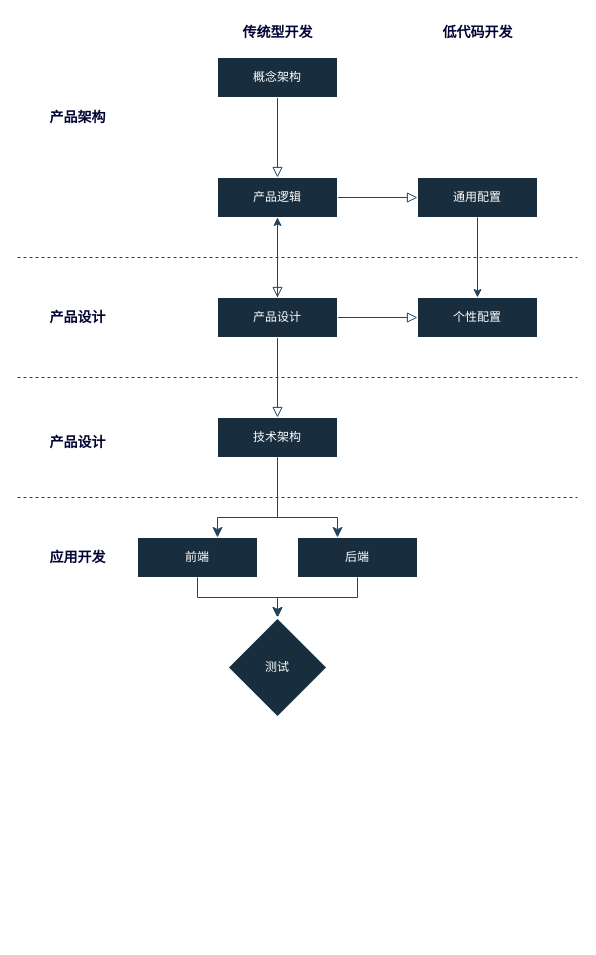
This is 低代码与传统模式开发流程差异.drawio from zy380196088/draw-workspace, a draw.io file, before an edit. Source tidied: cells renumbered, new cells numbered last; positions are measured from the earlier drawing's top-left corner, leaving out a move shared by most shapes. Both pictures are drawn from the tidied source at 100%, with x=0, y=0 at pixel (17, 17).
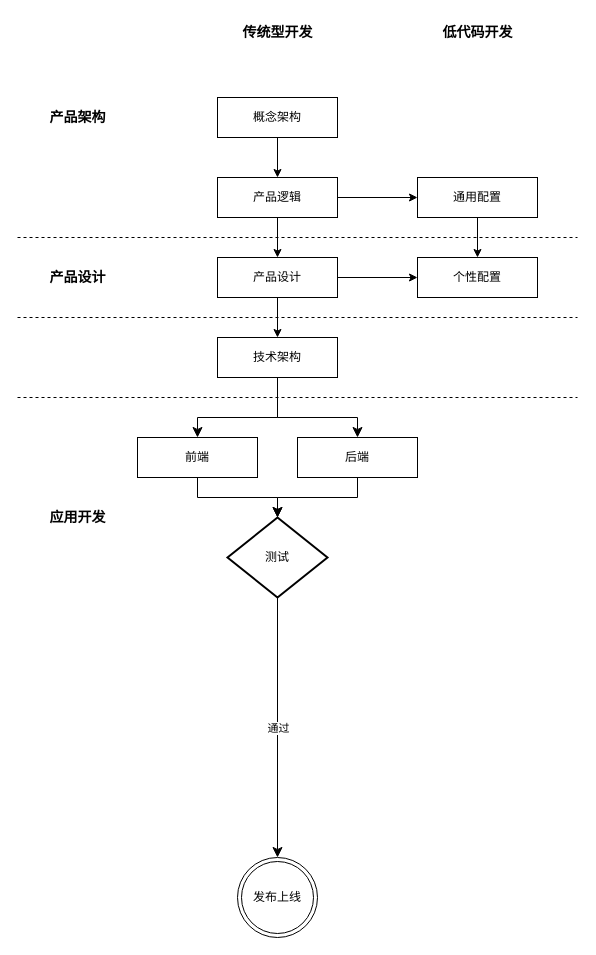
The same diagram, later.

Commit message (it also covers changes not shown here):
更新低代码与传统模式开发流程差异.drawio

What changed in the source:
```diff
@@
-    <mxCell id="2" style="rounded=0;html=1;jettySize=auto;fontSize=11;endArrow=block;endFill=0;endSize=8;strokeWidth=1;shadow=0;labelBackgroundColor=none;edgeStyle=orthogonalEdgeStyle;entryX=0.5;entryY=0;entryDx=0;entryDy=0;fontColor=default;strokeColor=#23445D;" parent="1" edge="1" source="3" target="11">
+    <mxCell id="2" style="edgeStyle=orthogonalEdgeStyle;rounded=0;jettySize=auto;html=1;exitX=0.5;exitY=1;exitDx=0;exitDy=0;entryX=0.5;entryY=0;entryDx=0;entryDy=0;" parent="1" edge="1" source="3" target="11">
       <mxGeometry relative="1" as="geometry" />
     </mxCell>
-    <mxCell id="3" value="概念架构" style="rounded=0;whiteSpace=wrap;html=1;fontSize=12;glass=0;strokeWidth=1;shadow=0;labelBackgroundColor=none;fillColor=#182E3E;strokeColor=#FFFFFF;fontColor=#FFFFFF;" parent="1" vertex="1">
-      <mxGeometry x="200" y="40" width="120" height="40" as="geometry" />
+    <mxCell id="3" value="概念架构" style="rounded=0;whiteSpace=wrap;html=1;fontSize=12;glass=0;strokeWidth=1;shadow=0;labelBackgroundColor=none;" parent="1" vertex="1">
+      <mxGeometry x="200" y="80" width="120" height="40" as="geometry" />
     </mxCell>
+    <mxCell id="31" style="edgeStyle=orthogonalEdgeStyle;rounded=0;jettySize=auto;html=1;exitX=0.5;exitY=1;exitDx=0;exitDy=0;entryX=0.5;entryY=0;entryDx=0;entryDy=0;" parent="1" edge="1" source="6" target="10">
+      <mxGeometry relative="1" as="geometry" />
+    </mxCell>
+    <mxCell id="6" value="通用配置" style="rounded=0;whiteSpace=wrap;html=1;fontSize=12;glass=0;strokeWidth=1;shadow=0;labelBackgroundColor=none;" parent="1" vertex="1">
+      <mxGeometry x="400" y="160" width="120" height="40" as="geometry" />
+    </mxCell>
+    <mxCell id="9" value="技术架构" style="rounded=0;whiteSpace=wrap;html=1;fontSize=12;glass=0;strokeWidth=1;shadow=0;labelBackgroundColor=none;" parent="1" vertex="1">
+      <mxGeometry x="200" y="320" width="120" height="40" as="geometry" />
+    </mxCell>
+    <mxCell id="10" value="个性配置" style="rounded=0;whiteSpace=wrap;html=1;fontSize=12;glass=0;strokeWidth=1;shadow=0;labelBackgroundColor=none;" parent="1" vertex="1">
+      <mxGeometry x="400" y="240" width="120" height="40" as="geometry" />
+    </mxCell>
-    <mxCell id="4" style="rounded=0;html=1;jettySize=auto;fontSize=11;endArrow=block;endFill=0;endSize=8;strokeWidth=1;shadow=0;labelBackgroundColor=none;edgeStyle=orthogonalEdgeStyle;entryX=0.5;entryY=0;entryDx=0;entryDy=0;fontColor=default;strokeColor=#23445D;" parent="1" edge="1" source="11" target="14">
-      <mxGeometry y="20" relative="1" as="geometry" />
+    <mxCell id="4" style="edgeStyle=orthogonalEdgeStyle;rounded=0;jettySize=auto;html=1;exitX=0.5;exitY=1;exitDx=0;exitDy=0;entryX=0.5;entryY=0;entryDx=0;entryDy=0;" parent="1" edge="1" source="11" target="14">
+      <mxGeometry relative="1" as="geometry" />
     </mxCell>
-    <mxCell id="5" style="edgeStyle=orthogonalEdgeStyle;rounded=0;html=1;jettySize=auto;fontSize=11;endArrow=block;endFill=0;endSize=8;strokeWidth=1;shadow=0;labelBackgroundColor=none;fontColor=default;strokeColor=#23445D;exitX=1;exitY=0.5;exitDx=0;exitDy=0;" parent="1" edge="1" source="11" target="6">
-      <mxGeometry y="10" relative="1" as="geometry" />
+    <mxCell id="5" style="edgeStyle=orthogonalEdgeStyle;rounded=0;jettySize=auto;html=1;exitX=1;exitY=0.5;exitDx=0;exitDy=0;entryX=0;entryY=0.5;entryDx=0;entryDy=0;" parent="1" edge="1" source="11" target="6">
+      <mxGeometry relative="1" as="geometry" />
     </mxCell>
-    <mxCell id="6" value="通用配置" style="rounded=0;whiteSpace=wrap;html=1;fontSize=12;glass=0;strokeWidth=1;shadow=0;labelBackgroundColor=none;fillColor=#182E3E;strokeColor=#FFFFFF;fontColor=#FFFFFF;" parent="1" vertex="1">
-      <mxGeometry x="400" y="160" width="120" height="40" as="geometry" />
-    </mxCell>
-    <mxCell id="7" style="rounded=0;html=1;jettySize=auto;fontSize=11;endArrow=block;endFill=0;endSize=8;strokeWidth=1;shadow=0;labelBackgroundColor=none;edgeStyle=orthogonalEdgeStyle;exitX=0.5;exitY=1;exitDx=0;exitDy=0;fontColor=default;strokeColor=#23445D;" parent="1" edge="1" source="14" target="9">
-      <mxGeometry x="0.33" y="20" relative="1" as="geometry" />
-    </mxCell>
-    <mxCell id="8" style="edgeStyle=orthogonalEdgeStyle;rounded=0;html=1;jettySize=auto;fontSize=11;endArrow=block;endFill=0;endSize=8;strokeWidth=1;shadow=0;labelBackgroundColor=none;fontColor=default;strokeColor=#23445D;exitX=1;exitY=0.5;exitDx=0;exitDy=0;" parent="1" edge="1" source="14" target="10">
-      <mxGeometry y="10" relative="1" as="geometry" />
-    </mxCell>
-    <mxCell id="9" value="技术架构" style="rounded=0;whiteSpace=wrap;html=1;fontSize=12;glass=0;strokeWidth=1;shadow=0;labelBackgroundColor=none;fillColor=#182E3E;strokeColor=#FFFFFF;fontColor=#FFFFFF;" parent="1" vertex="1">
-      <mxGeometry x="200" y="400" width="120" height="40" as="geometry" />
-    </mxCell>
-    <mxCell id="10" value="个性配置" style="rounded=0;whiteSpace=wrap;html=1;fontSize=12;glass=0;strokeWidth=1;shadow=0;labelBackgroundColor=none;fillColor=#182E3E;strokeColor=#FFFFFF;fontColor=#FFFFFF;" parent="1" vertex="1">
-      <mxGeometry x="400" y="280" width="120" height="40" as="geometry" />
-    </mxCell>
-    <mxCell id="11" value="产品逻辑" style="rounded=0;whiteSpace=wrap;html=1;labelBackgroundColor=none;fillColor=#182E3E;strokeColor=#FFFFFF;fontColor=#FFFFFF;" parent="1" vertex="1">
+    <mxCell id="11" value="产品逻辑" style="rounded=0;whiteSpace=wrap;html=1;labelBackgroundColor=none;" parent="1" vertex="1">
       <mxGeometry x="200" y="160" width="120" height="40" as="geometry" />
     </mxCell>
-    <mxCell id="12" value="传统型开发" style="text;strokeColor=none;align=center;fillColor=none;html=1;verticalAlign=middle;rounded=0;fontSize=14;fontStyle=1;labelBackgroundColor=default;fontColor=#000333;labelBorderColor=none;textShadow=0;" parent="1" vertex="1">
+    <mxCell id="12" value="传统型开发" style="text;strokeColor=none;align=center;fillColor=none;html=1;verticalAlign=middle;rounded=0;fontSize=14;fontStyle=1;labelBackgroundColor=none;labelBorderColor=none;textShadow=0;" parent="1" vertex="1">
       <mxGeometry x="200" width="120" height="30" as="geometry" />
     </mxCell>
-    <mxCell id="13" style="edgeStyle=orthogonalEdgeStyle;rounded=0;jettySize=auto;html=1;labelBackgroundColor=none;fontColor=default;strokeColor=#23445D;" parent="1" edge="1" source="14" target="11">
-      <mxGeometry relative="1" as="geometry" />
-    </mxCell>
+    <mxCell id="8" style="edgeStyle=orthogonalEdgeStyle;rounded=0;jettySize=auto;html=1;exitX=1;exitY=0.5;exitDx=0;exitDy=0;entryX=0;entryY=0.5;entryDx=0;entryDy=0;" parent="1" edge="1" source="14" target="10">
+      <mxGeometry relative="1" as="geometry" />
+    </mxCell>
+    <mxCell id="7" style="edgeStyle=orthogonalEdgeStyle;rounded=0;jettySize=auto;html=1;exitX=0.5;exitY=1;exitDx=0;exitDy=0;entryX=0.5;entryY=0;entryDx=0;entryDy=0;" parent="1" edge="1" source="14" target="9">
+      <mxGeometry relative="1" as="geometry" />
+    </mxCell>
-    <mxCell id="14" value="产品设计" style="rounded=0;whiteSpace=wrap;html=1;labelBackgroundColor=none;fillColor=#182E3E;strokeColor=#FFFFFF;fontColor=#FFFFFF;" parent="1" vertex="1">
-      <mxGeometry x="200" y="280" width="120" height="40" as="geometry" />
+    <mxCell id="14" value="产品设计" style="rounded=0;whiteSpace=wrap;html=1;labelBackgroundColor=none;" parent="1" vertex="1">
+      <mxGeometry x="200" y="240" width="120" height="40" as="geometry" />
     </mxCell>
-    <mxCell id="15" value="低代码开发" style="text;strokeColor=none;align=center;fillColor=none;html=1;verticalAlign=middle;rounded=0;fontSize=14;fontStyle=1;labelBackgroundColor=default;fontColor=#000333;labelBorderColor=none;textShadow=0;" parent="1" vertex="1">
+    <mxCell id="15" value="低代码开发" style="text;strokeColor=none;align=center;fillColor=none;html=1;verticalAlign=middle;rounded=0;fontSize=14;fontStyle=1;labelBackgroundColor=none;labelBorderColor=none;textShadow=0;" parent="1" vertex="1">
       <mxGeometry x="400" width="120" height="30" as="geometry" />
     </mxCell>
-    <mxCell id="16" value="产品架构" style="text;strokeColor=none;align=center;fillColor=none;html=1;verticalAlign=middle;rounded=0;fontSize=14;fontStyle=1;labelBackgroundColor=default;fontColor=#000333;labelBorderColor=none;textShadow=0;" parent="1" vertex="1">
+    <mxCell id="16" value="产品架构" style="text;strokeColor=none;align=center;fillColor=none;html=1;verticalAlign=middle;rounded=0;fontSize=14;fontStyle=1;labelBackgroundColor=none;labelBorderColor=none;textShadow=0;" parent="1" vertex="1">
       <mxGeometry y="80" width="120" height="40" as="geometry" />
     </mxCell>
-    <mxCell id="17" style="endArrow=none;dashed=1;html=1;rounded=0;strokeColor=#23445D;" parent="1" edge="1">
+    <mxCell id="17" style="endArrow=none;dashed=1;html=1;rounded=0;labelBackgroundColor=none;fontColor=default;" parent="1" edge="1">
       <mxGeometry relative="1" as="geometry">
-        <mxPoint y="240" as="sourcePoint" />
-        <mxPoint x="560" y="240" as="targetPoint" />
+        <mxPoint y="220" as="sourcePoint" />
+        <mxPoint x="560" y="220" as="targetPoint" />
       </mxGeometry>
     </mxCell>
-    <mxCell id="18" style="endArrow=none;dashed=1;html=1;rounded=0;strokeColor=#23445D;" parent="1" edge="1">
+    <mxCell id="18" style="endArrow=none;dashed=1;html=1;rounded=0;labelBackgroundColor=none;fontColor=default;" parent="1" edge="1">
       <mxGeometry relative="1" as="geometry">
-        <mxPoint y="360" as="sourcePoint" />
-        <mxPoint x="560" y="360" as="targetPoint" />
+        <mxPoint y="300" as="sourcePoint" />
+        <mxPoint x="560" y="300" as="targetPoint" />
       </mxGeometry>
     </mxCell>
-    <mxCell id="19" value="产品设计" style="text;strokeColor=none;align=center;fillColor=none;html=1;verticalAlign=middle;rounded=0;fontSize=14;fontStyle=1;labelBackgroundColor=default;fontColor=#000333;labelBorderColor=none;textShadow=0;" parent="1" vertex="1">
-      <mxGeometry y="280" width="120" height="40" as="geometry" />
+    <mxCell id="19" value="产品设计" style="text;strokeColor=none;align=center;fillColor=none;html=1;verticalAlign=middle;rounded=0;fontSize=14;fontStyle=1;labelBackgroundColor=none;labelBorderColor=none;textShadow=0;" parent="1" vertex="1">
+      <mxGeometry y="240" width="120" height="40" as="geometry" />
     </mxCell>
-    <mxCell id="20" value="产品设计" style="text;strokeColor=none;align=center;fillColor=none;html=1;verticalAlign=middle;rounded=0;fontSize=14;fontStyle=1;labelBackgroundColor=default;fontColor=#000333;labelBorderColor=none;textShadow=0;" parent="1" vertex="1">
-      <mxGeometry y="405" width="120" height="40" as="geometry" />
-    </mxCell>
-    <mxCell id="21" value="应用开发" style="text;strokeColor=none;align=center;fillColor=none;html=1;verticalAlign=middle;rounded=0;fontSize=14;fontStyle=1;labelBackgroundColor=default;fontColor=#000333;labelBorderColor=none;textShadow=0;" parent="1" vertex="1">
-      <mxGeometry y="520" width="120" height="40" as="geometry" />
+    <mxCell id="21" value="应用开发" style="text;strokeColor=none;align=center;fillColor=none;html=1;verticalAlign=middle;rounded=0;fontSize=14;fontStyle=1;labelBackgroundColor=none;labelBorderColor=none;textShadow=0;" parent="1" vertex="1">
+      <mxGeometry y="480" width="120" height="40" as="geometry" />
     </mxCell>
-    <mxCell id="22" style="endArrow=none;dashed=1;html=1;rounded=0;strokeColor=#23445D;" parent="1" edge="1">
+    <mxCell id="22" style="endArrow=none;dashed=1;html=1;rounded=0;labelBackgroundColor=none;fontColor=default;" parent="1" edge="1">
       <mxGeometry relative="1" as="geometry">
-        <mxPoint y="480" as="sourcePoint" />
-        <mxPoint x="560" y="480" as="targetPoint" />
+        <mxPoint y="380" as="sourcePoint" />
+        <mxPoint x="560" y="380" as="targetPoint" />
       </mxGeometry>
     </mxCell>
-    <mxCell id="23" style="edgeStyle=elbowEdgeStyle;elbow=vertical;endArrow=classic;html=1;curved=0;rounded=0;endSize=8;startSize=8;strokeColor=#23445D;exitX=0.5;exitY=1;exitDx=0;exitDy=0;" parent="1" edge="1" source="9">
+    <mxCell id="23" style="edgeStyle=elbowEdgeStyle;elbow=vertical;endArrow=classic;html=1;curved=0;rounded=0;endSize=8;startSize=8;exitX=0.5;exitY=1;exitDx=0;exitDy=0;entryX=0.5;entryY=0;entryDx=0;entryDy=0;labelBackgroundColor=none;fontColor=default;" parent="1" edge="1" source="9" target="25">
       <mxGeometry relative="1" as="geometry">
-        <mxPoint x="200" y="520" as="targetPoint" />
         <Array as="points">
-          <mxPoint x="240" y="500" />
+          <mxPoint x="220" y="400" />
         </Array>
       </mxGeometry>
     </mxCell>
-    <mxCell id="24" style="edgeStyle=elbowEdgeStyle;elbow=vertical;endArrow=classic;html=1;curved=0;rounded=0;endSize=8;startSize=8;strokeColor=#23445D;exitX=0.5;exitY=1;exitDx=0;exitDy=0;" parent="1" edge="1" source="9">
+    <mxCell id="24" style="edgeStyle=elbowEdgeStyle;elbow=vertical;endArrow=classic;html=1;curved=0;rounded=0;endSize=8;startSize=8;exitX=0.5;exitY=1;exitDx=0;exitDy=0;entryX=0.5;entryY=0;entryDx=0;entryDy=0;labelBackgroundColor=none;fontColor=default;" parent="1" edge="1" source="9" target="26">
       <mxGeometry relative="1" as="geometry">
-        <mxPoint x="320" y="520" as="targetPoint" />
         <Array as="points">
+          <mxPoint x="290" y="400" />
+          <mxPoint x="270" y="520" />
+          <mxPoint x="270" y="520" />
           <mxPoint x="310" y="500" />
         </Array>
       </mxGeometry>
     </mxCell>
-    <mxCell id="25" value="前端" style="rounded=0;whiteSpace=wrap;html=1;strokeColor=#FFFFFF;fontColor=#FFFFFF;fillColor=#182E3E;" parent="1" vertex="1">
-      <mxGeometry x="120" y="520" width="120" height="40" as="geometry" />
+    <mxCell id="25" value="前端" style="rounded=0;whiteSpace=wrap;html=1;labelBackgroundColor=none;" parent="1" vertex="1">
+      <mxGeometry x="120" y="420" width="120" height="40" as="geometry" />
     </mxCell>
-    <mxCell id="26" value="后端" style="rounded=0;whiteSpace=wrap;html=1;strokeColor=#FFFFFF;fontColor=#FFFFFF;fillColor=#182E3E;" parent="1" vertex="1">
-      <mxGeometry x="280" y="520" width="120" height="40" as="geometry" />
+    <mxCell id="26" value="后端" style="rounded=0;whiteSpace=wrap;html=1;labelBackgroundColor=none;" parent="1" vertex="1">
+      <mxGeometry x="280" y="420" width="120" height="40" as="geometry" />
     </mxCell>
-    <mxCell id="27" style="edgeStyle=elbowEdgeStyle;elbow=vertical;endArrow=classic;html=1;curved=0;rounded=0;endSize=8;startSize=8;strokeColor=#23445D;exitX=0.5;exitY=1;exitDx=0;exitDy=0;" parent="1" edge="1" source="25">
-      <mxGeometry relative="1" as="geometry">
-        <mxPoint x="260" y="600" as="targetPoint" />
-        <Array as="points">
-          <mxPoint x="210" y="580" />
-        </Array>
-      </mxGeometry>
-    </mxCell>
-    <mxCell id="28" style="edgeStyle=elbowEdgeStyle;elbow=vertical;endArrow=classic;html=1;curved=0;rounded=0;endSize=8;startSize=8;strokeColor=#23445D;exitX=0.5;exitY=1;exitDx=0;exitDy=0;" parent="1" edge="1" source="26">
+    <mxCell id="28" style="edgeStyle=elbowEdgeStyle;elbow=vertical;endArrow=classic;html=1;curved=0;rounded=0;endSize=8;startSize=8;exitX=0.5;exitY=1;exitDx=0;exitDy=0;entryX=0.5;entryY=0;entryDx=0;entryDy=0;entryPerimeter=0;labelBackgroundColor=none;fontColor=default;" parent="1" edge="1" source="26" target="29">
       <mxGeometry relative="1" as="geometry">
-        <mxPoint x="260" y="600" as="targetPoint" />
+        <Array as="points">
+          <mxPoint x="290" y="480" />
+          <mxPoint x="300" y="470" />
+        </Array>
       </mxGeometry>
     </mxCell>
-    <mxCell id="29" value="测试" style="strokeWidth=2;html=1;shape=mxgraph.flowchart.decision;whiteSpace=wrap;strokeColor=#FFFFFF;fontColor=#FFFFFF;fillColor=#182E3E;" parent="1" vertex="1">
-      <mxGeometry x="210" y="600" width="100" height="100" as="geometry" />
+    <mxCell id="29" value="测试" style="strokeWidth=2;html=1;shape=mxgraph.flowchart.decision;whiteSpace=wrap;labelBackgroundColor=none;" parent="1" vertex="1">
+      <mxGeometry x="210" y="500" width="100" height="80" as="geometry" />
     </mxCell>
-    <mxCell id="30" style="endArrow=classic;html=1;rounded=0;strokeColor=#23445D;exitX=0.5;exitY=1;exitDx=0;exitDy=0;" parent="1" edge="1" source="6">
-      <mxGeometry relative="1" as="geometry">
-        <mxPoint x="460" y="280" as="targetPoint" />
-      </mxGeometry>
-    </mxCell>
+    <mxCell id="32" style="edgeStyle=elbowEdgeStyle;elbow=vertical;endArrow=classic;html=1;curved=0;rounded=0;endSize=8;startSize=8;entryX=0.5;entryY=0;entryDx=0;entryDy=0;entryPerimeter=0;exitX=0.5;exitY=1;exitDx=0;exitDy=0;labelBackgroundColor=none;fontColor=default;" parent="1" edge="1" source="25" target="29">
+      <mxGeometry relative="1" as="geometry">
+        <Array as="points">
+          <mxPoint x="230" y="480" />
+        </Array>
+      </mxGeometry>
+    </mxCell>
+    <mxCell id="33" style="edgeStyle=elbowEdgeStyle;elbow=horizontal;endArrow=classic;html=1;curved=0;rounded=0;endSize=8;startSize=8;exitX=0.5;exitY=1;exitDx=0;exitDy=0;exitPerimeter=0;entryX=0.5;entryY=0;entryDx=0;entryDy=0;labelBackgroundColor=none;fontColor=default;" parent="1" edge="1" source="29" target="35">
+      <mxGeometry relative="1" as="geometry" />
+    </mxCell>
+    <mxCell id="34" value="通过" style="edgeLabel;html=1;align=center;verticalAlign=middle;" parent="33" vertex="1">
+      <mxGeometry relative="1" as="geometry" />
+    </mxCell>
+    <mxCell id="35" value="发布上线" style="ellipse;shape=doubleEllipse;whiteSpace=wrap;html=1;labelBackgroundColor=none;" parent="1" vertex="1">
+      <mxGeometry x="220" y="840" width="80" height="80" as="geometry" />
+    </mxCell>
```
